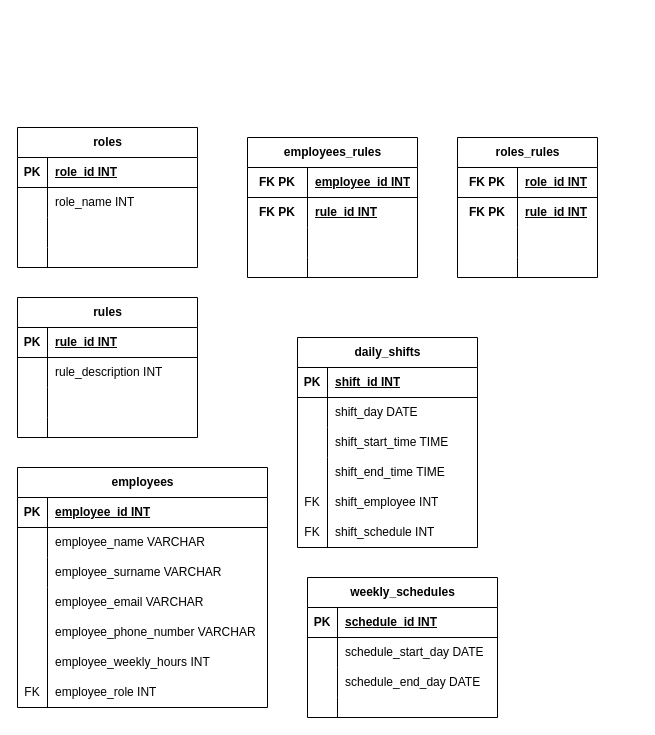
Earlier version of the draw.io diagram modelo-entidad-relacion-bd.drawio (HerreraColladoLuis/worker-schetool). Source tidied: cells renumbered, new cells numbered last; positions are measured from the earlier drawing's top-left corner, leaving out a move shared by most shapes. Both pictures are drawn from the tidied source at 100%, with x=0, y=0 at pixel (17, 127).
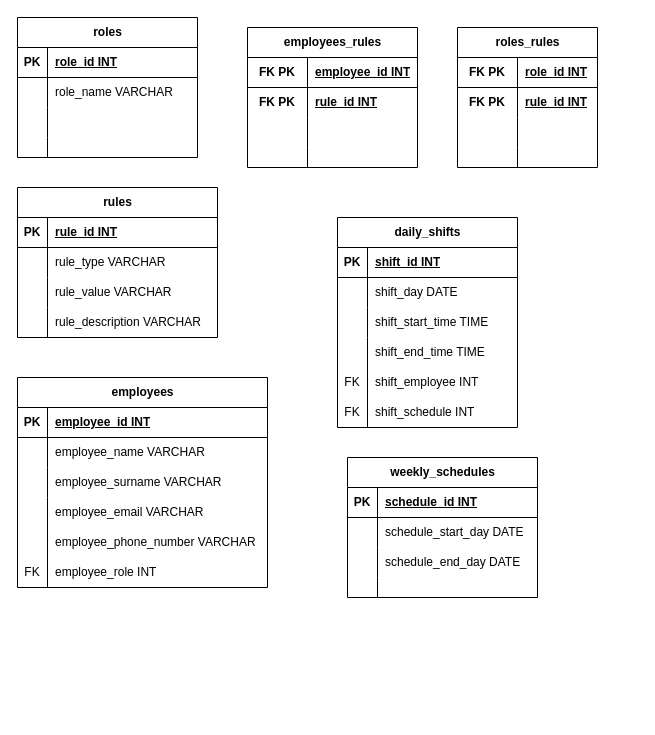
Above is the later version.

Commit message (it also covers changes not shown here):
cambios en el modelo de datos

The change refers to these unchanged cells:
```xml
<mxCell id="6" style="shape=tableRow;horizontal=0;startSize=0;swimlaneHead=0;swimlaneBody=0;fillColor=none;top=0;left=0;right=0;bottom=0;" parent="2" vertex="1">
  <mxGeometry y="60" width="180" height="30" as="geometry" />
</mxCell>
```

Diff of the diagram source:
```diff
@@
     <mxCell id="2" value="roles" style="shape=table;startSize=30;childLayout=tableLayout;rowLines=0;fontStyle=1;align=center;html=1;" parent="1" vertex="1">
-      <mxGeometry width="180" height="140" as="geometry" />
+      <mxGeometry y="-110" width="180" height="140" as="geometry" />
     </mxCell>
@@
-    <mxCell id="8" value="role_name INT" style="shape=partialRectangle;fillColor=none;top=0;left=0;bottom=0;right=0;align=left;spacingLeft=6;overflow=hidden;whiteSpace=wrap;html=1;" parent="6" vertex="1">
+    <mxCell id="8" value="role_name VARCHAR" style="shape=partialRectangle;fillColor=none;top=0;left=0;bottom=0;right=0;align=left;spacingLeft=6;overflow=hidden;whiteSpace=wrap;html=1;" parent="6" vertex="1">
       <mxGeometry x="30" width="150" height="30" as="geometry" />
     </mxCell>
@@
     <mxCell id="15" value="rules" style="shape=table;startSize=30;childLayout=tableLayout;rowLines=0;fontStyle=1;align=center;html=1;" parent="1" vertex="1">
-      <mxGeometry y="170" width="180" height="140" as="geometry" />
+      <mxGeometry y="60" width="200" height="150" as="geometry" />
     </mxCell>
     <mxCell id="16" style="shape=tableRow;horizontal=0;startSize=0;swimlaneHead=0;swimlaneBody=0;fillColor=none;top=0;left=0;right=0;bottom=1;" parent="15" vertex="1">
-      <mxGeometry y="30" width="180" height="30" as="geometry" />
+      <mxGeometry y="30" width="200" height="30" as="geometry" />
     </mxCell>
@@
     <mxCell id="18" value="rule_id INT" style="shape=partialRectangle;fillColor=none;top=0;left=0;bottom=0;right=0;align=left;spacingLeft=6;fontStyle=5;overflow=hidden;whiteSpace=wrap;html=1;" parent="16" vertex="1">
-      <mxGeometry x="30" width="150" height="30" as="geometry" />
+      <mxGeometry x="30" width="170" height="30" as="geometry" />
     </mxCell>
     <mxCell id="19" style="shape=tableRow;horizontal=0;startSize=0;swimlaneHead=0;swimlaneBody=0;fillColor=none;top=0;left=0;right=0;bottom=0;" parent="15" vertex="1">
-      <mxGeometry y="60" width="180" height="30" as="geometry" />
+      <mxGeometry y="60" width="200" height="30" as="geometry" />
     </mxCell>
@@
-    <mxCell id="21" value="rule_description INT" style="shape=partialRectangle;fillColor=none;top=0;left=0;bottom=0;right=0;align=left;spacingLeft=6;overflow=hidden;whiteSpace=wrap;html=1;" parent="19" vertex="1">
-      <mxGeometry x="30" width="150" height="30" as="geometry" />
+    <mxCell id="21" value="rule_type VARCHAR" style="shape=partialRectangle;fillColor=none;top=0;left=0;bottom=0;right=0;align=left;spacingLeft=6;overflow=hidden;whiteSpace=wrap;html=1;" parent="19" vertex="1">
+      <mxGeometry x="30" width="170" height="30" as="geometry" />
     </mxCell>
     <mxCell id="22" style="shape=tableRow;horizontal=0;startSize=0;swimlaneHead=0;swimlaneBody=0;fillColor=none;top=0;left=0;right=0;bottom=0;" parent="15" vertex="1">
-      <mxGeometry y="90" width="180" height="30" as="geometry" />
+      <mxGeometry y="90" width="200" height="30" as="geometry" />
     </mxCell>
@@
-    <mxCell id="24" style="shape=partialRectangle;fillColor=none;top=0;left=0;bottom=0;right=0;align=left;spacingLeft=6;overflow=hidden;whiteSpace=wrap;html=1;" parent="22" vertex="1">
-      <mxGeometry x="30" width="150" height="30" as="geometry" />
+    <mxCell id="24" value="rule_value VARCHAR" style="shape=partialRectangle;fillColor=none;top=0;left=0;bottom=0;right=0;align=left;spacingLeft=6;overflow=hidden;whiteSpace=wrap;html=1;" parent="22" vertex="1">
+      <mxGeometry x="30" width="170" height="30" as="geometry" />
     </mxCell>
     <mxCell id="25" style="shape=tableRow;horizontal=0;startSize=0;swimlaneHead=0;swimlaneBody=0;fillColor=none;top=0;left=0;right=0;bottom=0;" parent="15" vertex="1">
-      <mxGeometry y="120" width="180" height="20" as="geometry" />
+      <mxGeometry y="120" width="200" height="30" as="geometry" />
     </mxCell>
     <mxCell id="26" style="shape=partialRectangle;fillColor=none;top=0;left=0;bottom=0;right=0;overflow=hidden;whiteSpace=wrap;html=1;" parent="25" vertex="1">
-      <mxGeometry width="30" height="20" as="geometry" />
+      <mxGeometry width="30" height="30" as="geometry" />
     </mxCell>
     <mxCell id="27" style="shape=partialRectangle;fillColor=none;top=0;left=0;bottom=0;right=0;align=left;spacingLeft=6;overflow=hidden;whiteSpace=wrap;html=1;" parent="25" vertex="1">
-      <mxGeometry x="30" width="150" height="20" as="geometry" />
+      <mxGeometry x="30" width="170" height="30" as="geometry" />
     </mxCell>
     <mxCell id="28" value="employees_rules" style="shape=table;startSize=30;childLayout=tableLayout;rowLines=0;fontStyle=1;align=center;html=1;" parent="1" vertex="1">
-      <mxGeometry x="230" y="10" width="170" height="140" as="geometry" />
+      <mxGeometry x="230" y="-100" width="170" height="140" as="geometry" />
     </mxCell>
@@
     <mxCell id="41" value="rule_id INT" style="shape=partialRectangle;fillColor=none;top=0;left=0;bottom=0;right=0;align=left;spacingLeft=6;fontStyle=5;overflow=hidden;whiteSpace=wrap;html=1;" parent="1" vertex="1">
-      <mxGeometry x="290" y="70" width="120" height="30" as="geometry" />
+      <mxGeometry x="290" y="-40" width="120" height="30" as="geometry" />
     </mxCell>
     <mxCell id="42" value="FK PK" style="shape=partialRectangle;fillColor=none;top=0;left=0;bottom=0;right=0;fontStyle=1;overflow=hidden;whiteSpace=wrap;html=1;" parent="1" vertex="1">
-      <mxGeometry x="230" y="70" width="60" height="30" as="geometry" />
+      <mxGeometry x="230" y="-40" width="60" height="30" as="geometry" />
     </mxCell>
     <mxCell id="43" value="roles_rules" style="shape=table;startSize=30;childLayout=tableLayout;rowLines=0;fontStyle=1;align=center;html=1;" parent="1" vertex="1">
-      <mxGeometry x="440" y="10" width="140" height="140" as="geometry" />
+      <mxGeometry x="440" y="-100" width="140" height="140" as="geometry" />
     </mxCell>
@@
     <mxCell id="56" value="rule_id INT" style="shape=partialRectangle;fillColor=none;top=0;left=0;bottom=0;right=0;align=left;spacingLeft=6;fontStyle=5;overflow=hidden;whiteSpace=wrap;html=1;" parent="1" vertex="1">
-      <mxGeometry x="500" y="70" width="120" height="30" as="geometry" />
+      <mxGeometry x="500" y="-40" width="120" height="30" as="geometry" />
     </mxCell>
     <mxCell id="57" value="FK PK" style="shape=partialRectangle;fillColor=none;top=0;left=0;bottom=0;right=0;fontStyle=1;overflow=hidden;whiteSpace=wrap;html=1;" parent="1" vertex="1">
-      <mxGeometry x="440" y="70" width="60" height="30" as="geometry" />
+      <mxGeometry x="440" y="-40" width="60" height="30" as="geometry" />
     </mxCell>
     <mxCell id="58" value="daily_shifts" style="shape=table;startSize=30;childLayout=tableLayout;rowLines=0;fontStyle=1;align=center;html=1;" parent="1" vertex="1">
-      <mxGeometry x="280" y="210" width="180" height="210" as="geometry" />
+      <mxGeometry x="320" y="90" width="180" height="210" as="geometry" />
     </mxCell>
@@
     <mxCell id="71" value="weekly_schedules" style="shape=table;startSize=30;childLayout=tableLayout;rowLines=0;fontStyle=1;align=center;html=1;" parent="1" vertex="1">
-      <mxGeometry x="290" y="450" width="190" height="140" as="geometry" />
+      <mxGeometry x="330" y="330" width="190" height="140" as="geometry" />
     </mxCell>
@@
     <mxCell id="84" value="shift_end_time TIME" style="shape=partialRectangle;fillColor=none;top=0;left=0;bottom=0;right=0;align=left;spacingLeft=6;overflow=hidden;whiteSpace=wrap;html=1;" parent="1" vertex="1">
-      <mxGeometry x="310" y="330" width="150" height="30" as="geometry" />
+      <mxGeometry x="350" y="210" width="150" height="30" as="geometry" />
     </mxCell>
     <mxCell id="85" value="shift_employee INT" style="shape=partialRectangle;fillColor=none;top=0;left=0;bottom=0;right=0;align=left;spacingLeft=6;overflow=hidden;whiteSpace=wrap;html=1;" parent="1" vertex="1">
-      <mxGeometry x="310" y="360" width="150" height="30" as="geometry" />
+      <mxGeometry x="350" y="240" width="150" height="30" as="geometry" />
     </mxCell>
     <mxCell id="86" value="FK" style="shape=partialRectangle;fillColor=none;top=0;left=0;bottom=0;right=0;overflow=hidden;whiteSpace=wrap;html=1;" parent="1" vertex="1">
-      <mxGeometry x="280" y="360" width="30" height="30" as="geometry" />
+      <mxGeometry x="320" y="240" width="30" height="30" as="geometry" />
     </mxCell>
     <mxCell id="87" value="shift_schedule INT" style="shape=partialRectangle;fillColor=none;top=0;left=0;bottom=0;right=0;align=left;spacingLeft=6;overflow=hidden;whiteSpace=wrap;html=1;" parent="1" vertex="1">
-      <mxGeometry x="310" y="390" width="150" height="30" as="geometry" />
+      <mxGeometry x="350" y="270" width="150" height="30" as="geometry" />
     </mxCell>
     <mxCell id="88" value="FK" style="shape=partialRectangle;fillColor=none;top=0;left=0;bottom=0;right=0;overflow=hidden;whiteSpace=wrap;html=1;" parent="1" vertex="1">
-      <mxGeometry x="280" y="390" width="30" height="30" as="geometry" />
+      <mxGeometry x="320" y="270" width="30" height="30" as="geometry" />
     </mxCell>
     <mxCell id="89" value="employees" style="shape=table;startSize=30;childLayout=tableLayout;rowLines=0;fontStyle=1;align=center;html=1;" parent="1" vertex="1">
-      <mxGeometry y="340" width="250" height="240" as="geometry" />
+      <mxGeometry y="250" width="250" height="210" as="geometry" />
     </mxCell>
@@
     <mxCell id="99" style="shape=tableRow;horizontal=0;startSize=0;swimlaneHead=0;swimlaneBody=0;fillColor=none;top=0;left=0;right=0;bottom=0;" parent="89" vertex="1">
-      <mxGeometry y="120" width="250" height="120" as="geometry" />
+      <mxGeometry y="120" width="250" height="90" as="geometry" />
     </mxCell>
     <mxCell id="100" style="shape=partialRectangle;fillColor=none;top=0;left=0;bottom=0;right=0;overflow=hidden;whiteSpace=wrap;html=1;" parent="99" vertex="1">
-      <mxGeometry width="30" height="120" as="geometry" />
+      <mxGeometry width="30" height="90" as="geometry" />
     </mxCell>
     <mxCell id="101" style="shape=partialRectangle;fillColor=none;top=0;left=0;bottom=0;right=0;align=left;spacingLeft=6;overflow=hidden;whiteSpace=wrap;html=1;" parent="99" vertex="1">
-      <mxGeometry x="30" width="220" height="120" as="geometry" />
+      <mxGeometry x="30" width="220" height="90" as="geometry" />
     </mxCell>
     <mxCell id="102" value="employee_email VARCHAR" style="shape=partialRectangle;fillColor=none;top=0;left=0;bottom=0;right=0;align=left;spacingLeft=6;overflow=hidden;whiteSpace=wrap;html=1;" parent="1" vertex="1">
-      <mxGeometry x="30" y="460" width="170" height="30" as="geometry" />
+      <mxGeometry x="30" y="370" width="170" height="30" as="geometry" />
     </mxCell>
     <mxCell id="103" value="employee_phone_number VARCHAR" style="shape=partialRectangle;fillColor=none;top=0;left=0;bottom=0;right=0;align=left;spacingLeft=6;overflow=hidden;whiteSpace=wrap;html=1;" parent="1" vertex="1">
-      <mxGeometry x="30" y="490" width="210" height="30" as="geometry" />
+      <mxGeometry x="30" y="400" width="210" height="30" as="geometry" />
     </mxCell>
-    <mxCell id="104" value="employee_weekly_hours INT" style="shape=partialRectangle;fillColor=none;top=0;left=0;bottom=0;right=0;align=left;spacingLeft=6;overflow=hidden;whiteSpace=wrap;html=1;" parent="1" vertex="1">
-      <mxGeometry x="30" y="520" width="210" height="30" as="geometry" />
-    </mxCell>
     <mxCell id="105" value="employee_role INT" style="shape=partialRectangle;fillColor=none;top=0;left=0;bottom=0;right=0;align=left;spacingLeft=6;overflow=hidden;whiteSpace=wrap;html=1;" parent="1" vertex="1">
-      <mxGeometry x="30" y="550" width="150" height="30" as="geometry" />
+      <mxGeometry x="30" y="430" width="150" height="30" as="geometry" />
     </mxCell>
     <mxCell id="106" value="FK" style="shape=partialRectangle;fillColor=none;top=0;left=0;bottom=0;right=0;overflow=hidden;whiteSpace=wrap;html=1;" parent="1" vertex="1">
-      <mxGeometry y="550" width="30" height="30" as="geometry" />
+      <mxGeometry y="430" width="30" height="30" as="geometry" />
     </mxCell>
+    <mxCell id="107" value="rule_description VARCHAR" style="shape=partialRectangle;fillColor=none;top=0;left=0;bottom=0;right=0;align=left;spacingLeft=6;overflow=hidden;whiteSpace=wrap;html=1;" parent="1" vertex="1">
+      <mxGeometry x="30" y="180" width="160" height="30" as="geometry" />
+    </mxCell>
```
